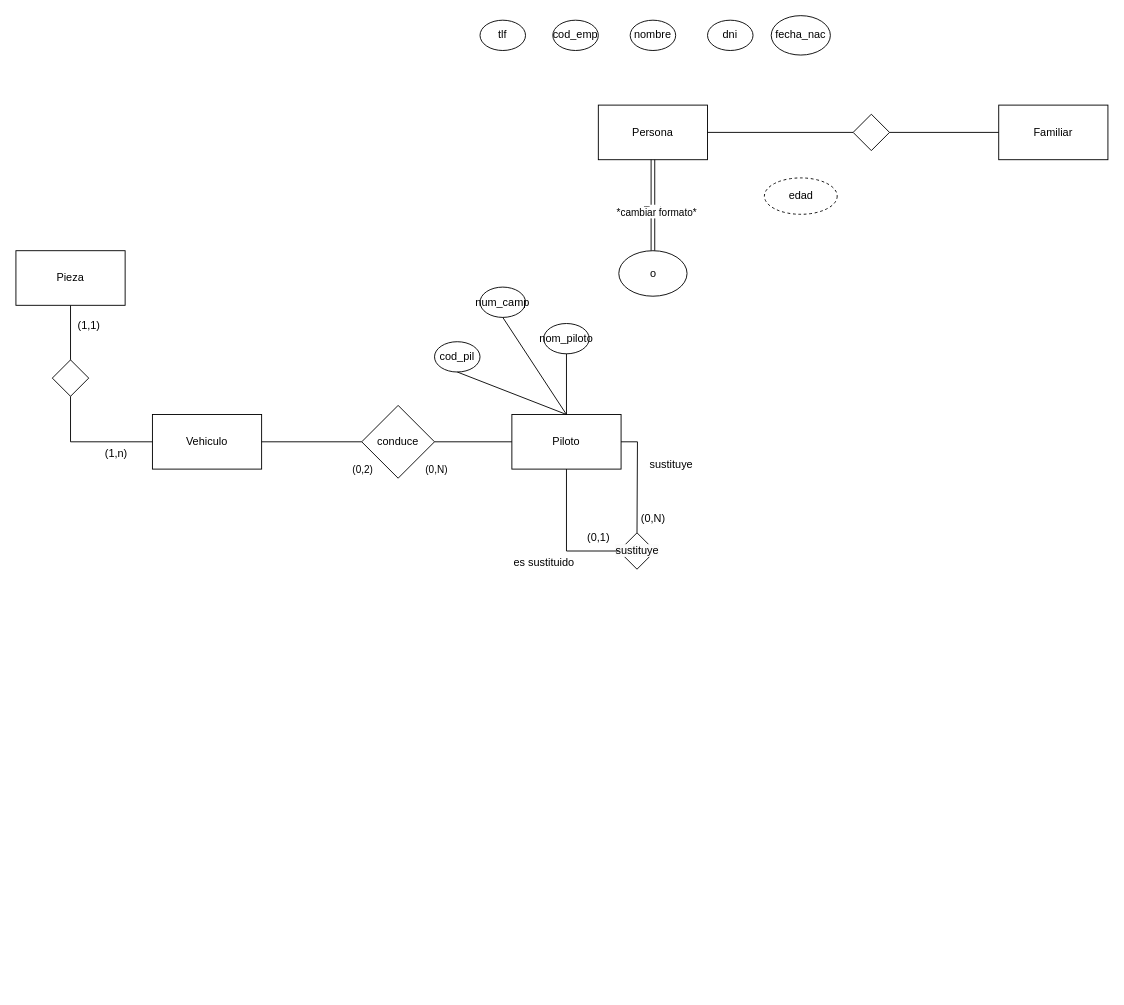
Earlier version of the draw.io diagram Diagrama sin título.drawio (INKO3/BBDD_Escuderia). Source tidied: cells renumbered, new cells numbered last; positions are measured from the earlier drawing's top-left corner, leaving out a move shared by most shapes. Both pictures are drawn from the tidied source at 91%, with x=0, y=0 at pixel (15, 15).
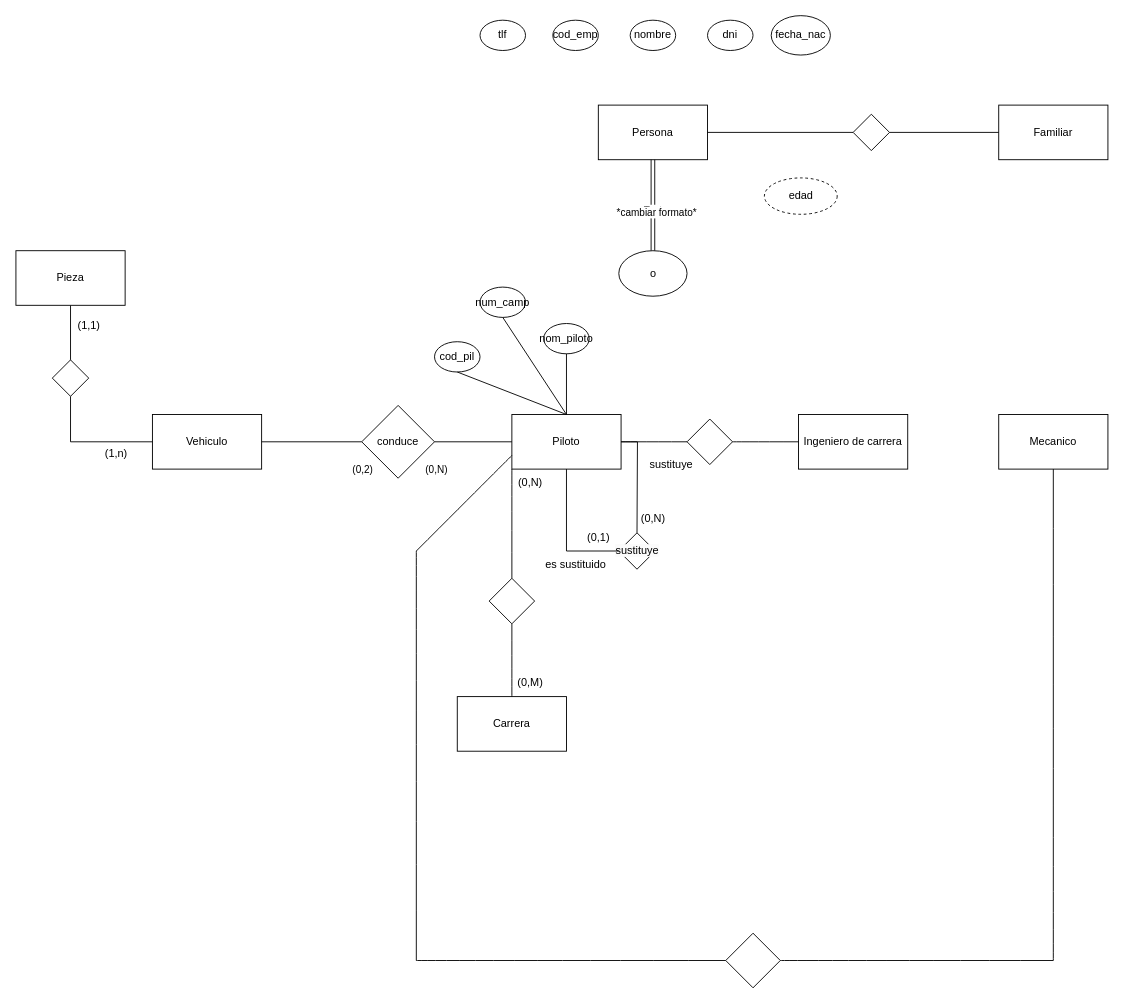
After the change.

Unchanged cells that the change refers to:
```xml
<mxCell id="13" value="Piloto" style="rounded=0;whiteSpace=wrap;html=1;" parent="1" vertex="1">
  <mxGeometry x="545" y="438" width="120" height="60" as="geometry" />
</mxCell>
```

Diff of the diagram source:
```diff
@@
     <mxCell id="25" value="es sustituido" style="text;html=1;align=center;verticalAlign=middle;strokeColor=none;fillColor=none;" parent="1" vertex="1">
-      <mxGeometry x="535" y="586" width="90" height="30" as="geometry" />
+      <mxGeometry x="570" y="588" width="90" height="30" as="geometry" />
     </mxCell>
@@
+    <mxCell id="43" value="Carrera" style="rounded=0;whiteSpace=wrap;html=1;" parent="1" vertex="1">
+      <mxGeometry x="485" y="748" width="120" height="60" as="geometry" />
+    </mxCell>
+    <mxCell id="44" style="endArrow=none;html=1;rounded=0;fontSize=12;startSize=8;endSize=8;curved=1;entryX=0.5;entryY=1;entryDx=0;entryDy=0;exitX=0.5;exitY=0;exitDx=0;exitDy=0;" parent="1" edge="1" source="43" target="45">
+      <mxGeometry relative="1" as="geometry" />
+    </mxCell>
+    <mxCell id="45" style="rhombus;whiteSpace=wrap;html=1;" parent="1" vertex="1">
+      <mxGeometry x="520" y="618" width="50" height="50" as="geometry" />
+    </mxCell>
+    <mxCell id="46" style="endArrow=none;html=1;rounded=0;fontSize=12;startSize=8;endSize=8;curved=1;exitX=0;exitY=1;exitDx=0;exitDy=0;entryX=0.5;entryY=0;entryDx=0;entryDy=0;" parent="1" edge="1" source="13" target="45">
+      <mxGeometry relative="1" as="geometry" />
+    </mxCell>
+    <mxCell id="47" value="(0,M)" style="text;html=1;align=center;verticalAlign=middle;strokeColor=none;fillColor=none;" parent="1" vertex="1">
+      <mxGeometry x="540" y="718" width="50" height="30" as="geometry" />
+    </mxCell>
+    <mxCell id="48" value="(0,N)" style="text;html=1;align=center;verticalAlign=middle;strokeColor=none;fillColor=none;" parent="1" vertex="1">
+      <mxGeometry x="540" y="498" width="50" height="30" as="geometry" />
+    </mxCell>
+    <mxCell id="49" value="Ingeniero de carrera" style="rounded=0;whiteSpace=wrap;html=1;" parent="1" vertex="1">
+      <mxGeometry x="860" y="438" width="120" height="60" as="geometry" />
+    </mxCell>
+    <mxCell id="50" style="endArrow=none;html=1;rounded=0;fontSize=12;startSize=8;endSize=8;curved=1;exitX=1;exitY=0.5;exitDx=0;exitDy=0;entryX=0;entryY=0.5;entryDx=0;entryDy=0;" parent="1" edge="1" source="13" target="51">
+      <mxGeometry relative="1" as="geometry" />
+    </mxCell>
+    <mxCell id="51" style="rhombus;whiteSpace=wrap;html=1;" parent="1" vertex="1">
+      <mxGeometry x="737.5" y="443" width="50" height="50" as="geometry" />
+    </mxCell>
+    <mxCell id="52" style="endArrow=none;html=1;rounded=0;fontSize=12;startSize=8;endSize=8;curved=1;exitX=1;exitY=0.5;exitDx=0;exitDy=0;entryX=0;entryY=0.5;entryDx=0;entryDy=0;" parent="1" edge="1" source="51" target="49">
+      <mxGeometry relative="1" as="geometry" />
+    </mxCell>
+    <mxCell id="53" value="Mecanico" style="rounded=0;whiteSpace=wrap;html=1;" parent="1" vertex="1">
+      <mxGeometry x="1080" y="438" width="120" height="60" as="geometry" />
+    </mxCell>
+    <mxCell id="54" style="endArrow=none;html=1;rounded=0;fontSize=12;startSize=8;endSize=8;curved=1;exitX=0;exitY=0.75;exitDx=0;exitDy=0;" parent="1" edge="1" source="13">
+      <mxGeometry relative="1" as="geometry">
+        <mxPoint x="440" y="588" as="targetPoint" />
+      </mxGeometry>
+    </mxCell>
+    <mxCell id="55" style="endArrow=none;html=1;rounded=0;fontSize=12;startSize=8;endSize=8;curved=1;" parent="1" edge="1">
+      <mxGeometry relative="1" as="geometry">
+        <mxPoint x="440" y="588" as="sourcePoint" />
+        <mxPoint x="440" y="1038" as="targetPoint" />
+      </mxGeometry>
+    </mxCell>
+    <mxCell id="56" style="endArrow=none;html=1;rounded=0;fontSize=12;startSize=8;endSize=8;curved=1;" parent="1" edge="1" source="59">
+      <mxGeometry relative="1" as="geometry">
+        <mxPoint x="1140" y="1038" as="targetPoint" />
+      </mxGeometry>
+    </mxCell>
+    <mxCell id="57" style="endArrow=none;html=1;rounded=0;fontSize=12;startSize=8;endSize=8;curved=1;entryX=0.5;entryY=1;entryDx=0;entryDy=0;" parent="1" edge="1" target="53">
+      <mxGeometry relative="1" as="geometry">
+        <mxPoint x="1140" y="1038" as="sourcePoint" />
+      </mxGeometry>
+    </mxCell>
+    <mxCell id="58" style="endArrow=none;html=1;rounded=0;fontSize=12;startSize=8;endSize=8;curved=1;" parent="1" edge="1" target="59">
+      <mxGeometry relative="1" as="geometry">
+        <mxPoint x="440" y="1038" as="sourcePoint" />
+      </mxGeometry>
+    </mxCell>
+    <mxCell id="59" style="rhombus;whiteSpace=wrap;html=1;" parent="1" vertex="1">
+      <mxGeometry x="780" y="1008" width="60" height="60" as="geometry" />
+    </mxCell>
```
